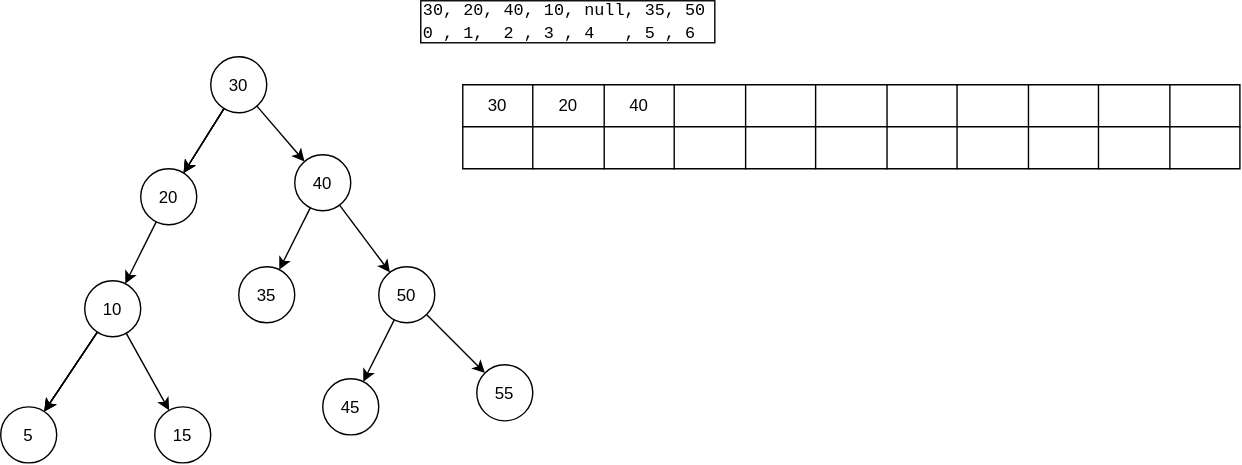
This is База/Структуры данных/2. Быстро находить данные и проверять условия/2.3. Проверять принадлежность и уникальность/Множество (Set)/binary-tree.drawio.svg from kosukhin/catalog, a draw.io export, as it was before one commit. Source tidied: cells renumbered, new cells last; positions are measured from the earlier drawing's top-left corner, leaving out a move shared by most shapes.
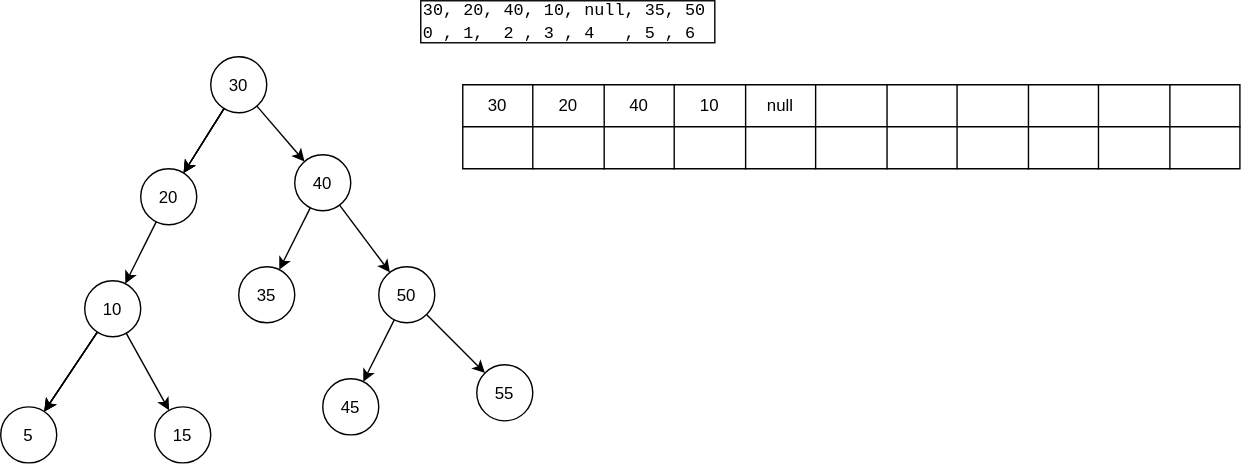
The same file after the commit.

Diff of the diagram source:
```diff
@@ -89,10 +89,10 @@
     <mxCell id="30" value="40" style="shape=partialRectangle;html=1;whiteSpace=wrap;strokeColor=inherit;overflow=hidden;fillColor=none;" parent="27" vertex="1">
       <mxGeometry x="101" width="50" height="30" as="geometry" />
     </mxCell>
-    <mxCell id="31" style="shape=partialRectangle;html=1;whiteSpace=wrap;strokeColor=inherit;overflow=hidden;fillColor=none;" parent="27" vertex="1">
+    <mxCell id="31" value="10" style="shape=partialRectangle;html=1;whiteSpace=wrap;strokeColor=inherit;overflow=hidden;fillColor=none;" parent="27" vertex="1">
       <mxGeometry x="151" width="51" height="30" as="geometry" />
     </mxCell>
-    <mxCell id="32" style="shape=partialRectangle;html=1;whiteSpace=wrap;strokeColor=inherit;overflow=hidden;fillColor=none;" parent="27" vertex="1">
+    <mxCell id="32" value="null" style="shape=partialRectangle;html=1;whiteSpace=wrap;strokeColor=inherit;overflow=hidden;fillColor=none;" parent="27" vertex="1">
       <mxGeometry x="202" width="50" height="30" as="geometry" />
     </mxCell>
     <mxCell id="33" style="shape=partialRectangle;html=1;whiteSpace=wrap;strokeColor=inherit;overflow=hidden;fillColor=none;" parent="27" vertex="1">
```
